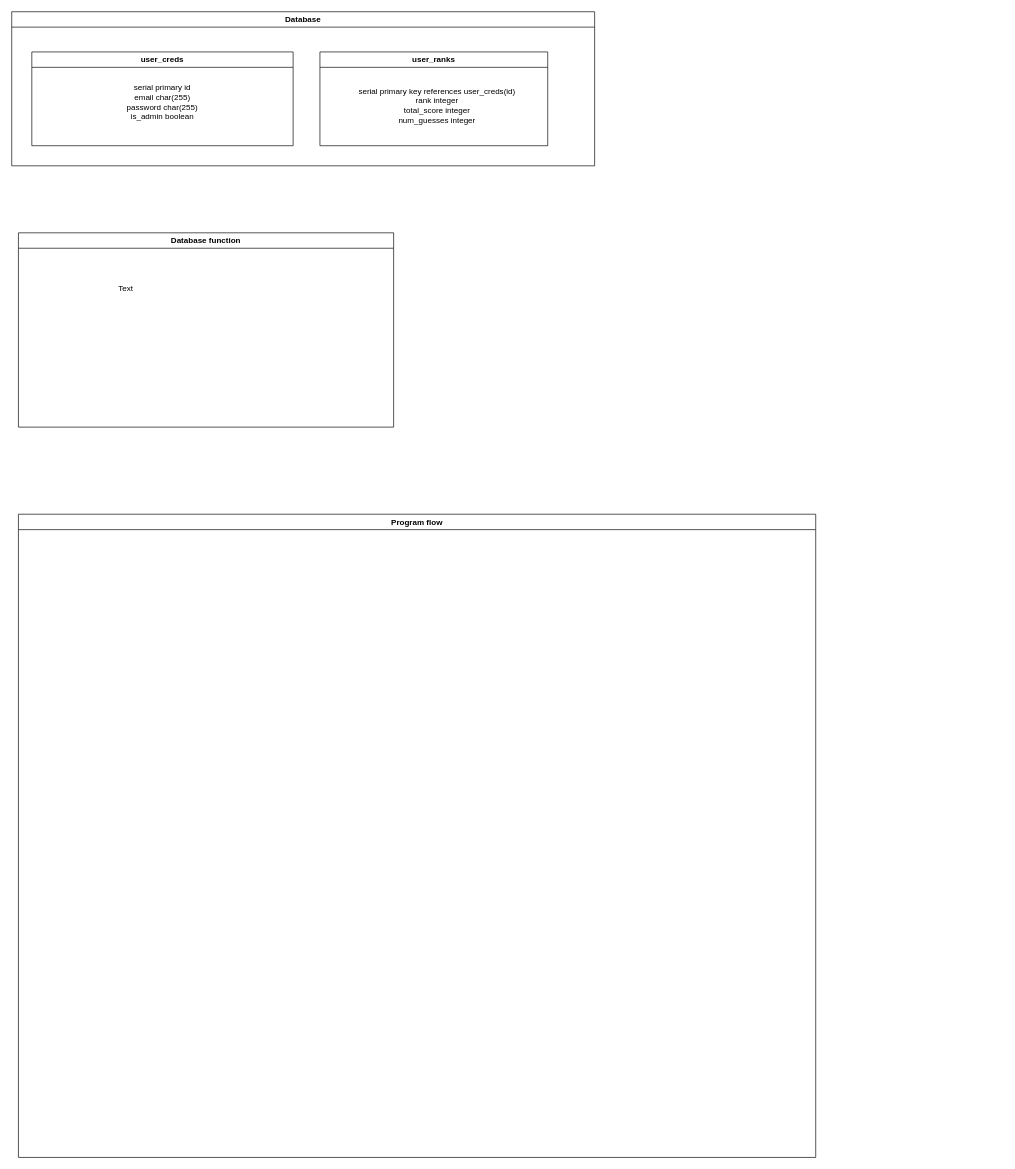
Earlier version of the draw.io diagram WorldGuess.drawio (cjtorralba/WorldGuesser). Source tidied: cells renumbered, new cells numbered last; positions are measured from the earlier drawing's top-left corner, leaving out a move shared by most shapes. Both pictures are drawn from the tidied source at 67%, with x=0, y=0 at pixel (11, 11).
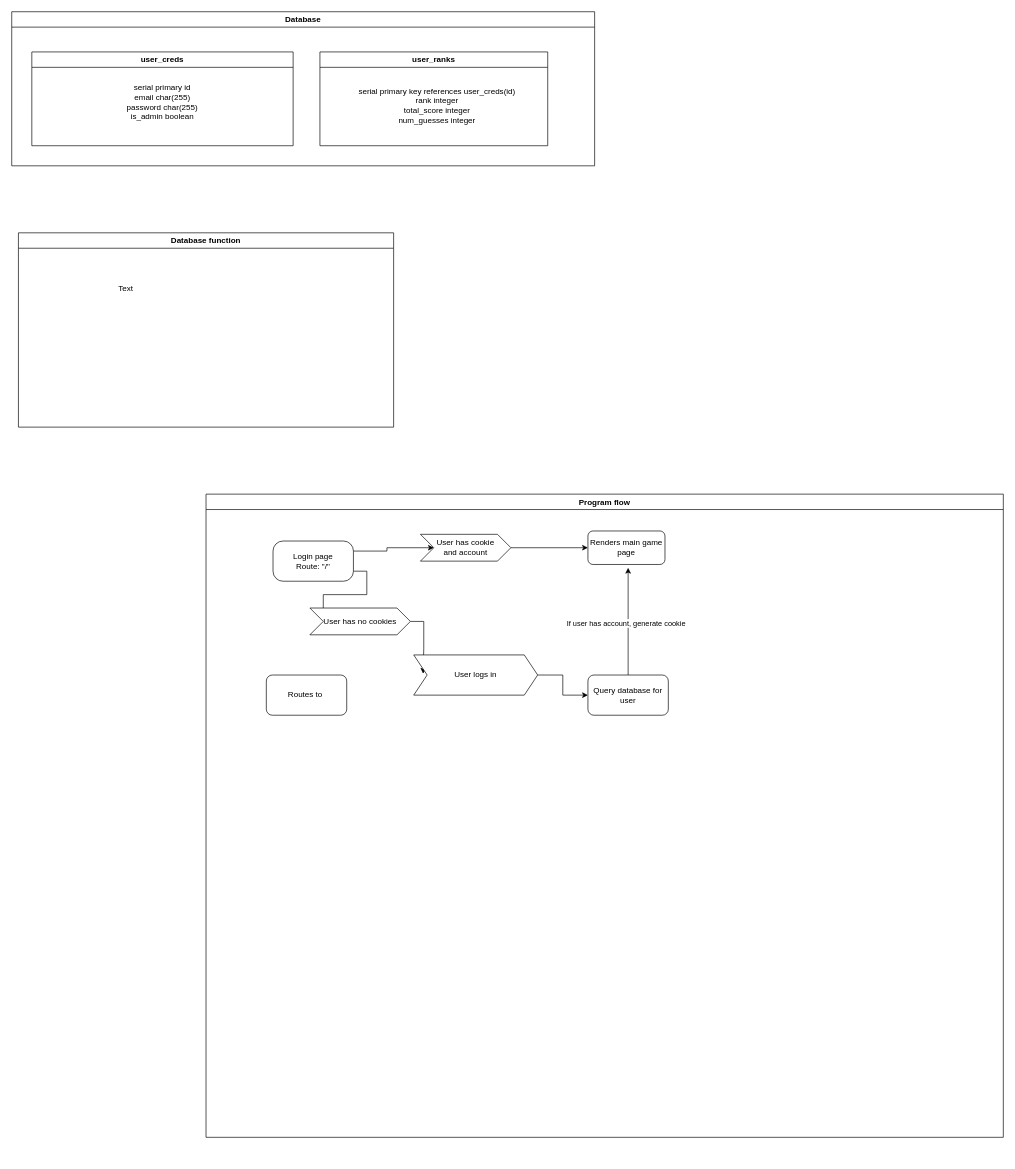
The same diagram, later.

Change to the diagram source:
```diff
@@
     <mxCell id="9" value="Program flow" style="swimlane;whiteSpace=wrap;html=1;" parent="1" vertex="1">
-      <mxGeometry x="10" y="750" width="1190" height="960" as="geometry" />
+      <mxGeometry x="290" y="720" width="1190" height="960" as="geometry" />
     </mxCell>
+    <mxCell id="10" style="edgeStyle=orthogonalEdgeStyle;rounded=0;jettySize=auto;html=1;exitX=1;exitY=0.25;exitDx=0;exitDy=0;" parent="9" edge="1" source="12" target="14">
+      <mxGeometry relative="1" as="geometry" />
+    </mxCell>
+    <mxCell id="11" style="edgeStyle=orthogonalEdgeStyle;rounded=0;jettySize=auto;html=1;exitX=1;exitY=0.75;exitDx=0;exitDy=0;entryX=0;entryY=0.5;entryDx=0;entryDy=0;" parent="9" edge="1" source="12" target="16">
+      <mxGeometry relative="1" as="geometry" />
+    </mxCell>
+    <mxCell id="12" value="Login page&lt;br&gt;Route: &quot;/&quot;" style="rounded=1;whiteSpace=wrap;html=1;arcSize=25;" parent="9" vertex="1">
+      <mxGeometry x="100" y="70" width="120" height="60" as="geometry" />
+    </mxCell>
+    <mxCell id="13" style="edgeStyle=orthogonalEdgeStyle;rounded=0;jettySize=auto;html=1;exitX=1;exitY=0.5;exitDx=0;exitDy=0;entryX=0;entryY=0.5;entryDx=0;entryDy=0;" parent="9" edge="1" source="14" target="18">
+      <mxGeometry relative="1" as="geometry" />
+    </mxCell>
+    <mxCell id="14" value="User has cookie&lt;br&gt;and account" style="shape=step;perimeter=stepPerimeter;whiteSpace=wrap;html=1;fixedSize=1;" parent="9" vertex="1">
+      <mxGeometry x="320" y="60" width="135" height="40" as="geometry" />
+    </mxCell>
+    <mxCell id="15" style="edgeStyle=orthogonalEdgeStyle;rounded=0;jettySize=auto;html=1;exitX=1;exitY=0.5;exitDx=0;exitDy=0;entryX=0.076;entryY=0.467;entryDx=0;entryDy=0;entryPerimeter=0;" parent="9" edge="1" source="16" target="20">
+      <mxGeometry relative="1" as="geometry" />
+    </mxCell>
+    <mxCell id="16" value="User has no cookies" style="shape=step;perimeter=stepPerimeter;whiteSpace=wrap;html=1;fixedSize=1;" parent="9" vertex="1">
+      <mxGeometry x="155" y="170" width="150" height="40" as="geometry" />
+    </mxCell>
+    <mxCell id="17" value="Routes to&amp;nbsp;" style="rounded=1;whiteSpace=wrap;html=1;" parent="9" vertex="1">
+      <mxGeometry x="90" y="270" width="120" height="60" as="geometry" />
+    </mxCell>
+    <mxCell id="18" value="Renders main game page" style="rounded=1;whiteSpace=wrap;html=1;" parent="9" vertex="1">
+      <mxGeometry x="570" y="55" width="115" height="50" as="geometry" />
+    </mxCell>
+    <mxCell id="19" style="edgeStyle=orthogonalEdgeStyle;rounded=0;jettySize=auto;html=1;exitX=1;exitY=0.5;exitDx=0;exitDy=0;entryX=0;entryY=0.5;entryDx=0;entryDy=0;" parent="9" edge="1" source="20" target="23">
+      <mxGeometry relative="1" as="geometry" />
+    </mxCell>
+    <mxCell id="20" value="User logs in" style="shape=step;perimeter=stepPerimeter;whiteSpace=wrap;html=1;fixedSize=1;" parent="9" vertex="1">
+      <mxGeometry x="310" y="240" width="185" height="60" as="geometry" />
+    </mxCell>
+    <mxCell id="21" style="edgeStyle=orthogonalEdgeStyle;rounded=0;jettySize=auto;html=1;exitX=0.5;exitY=0;exitDx=0;exitDy=0;" parent="9" edge="1" source="23">
+      <mxGeometry relative="1" as="geometry">
+        <mxPoint x="630" y="110" as="targetPoint" />
+      </mxGeometry>
+    </mxCell>
+    <mxCell id="22" value="If user has account, generate cookie" style="edgeLabel;html=1;align=center;verticalAlign=middle;" parent="21" vertex="1">
+      <mxGeometry x="-0.03" y="5" relative="1" as="geometry">
+        <mxPoint x="1" as="offset" />
+      </mxGeometry>
+    </mxCell>
+    <mxCell id="23" value="Query database for user" style="rounded=1;whiteSpace=wrap;html=1;" parent="9" vertex="1">
+      <mxGeometry x="570" y="270" width="120" height="60" as="geometry" />
+    </mxCell>
```
